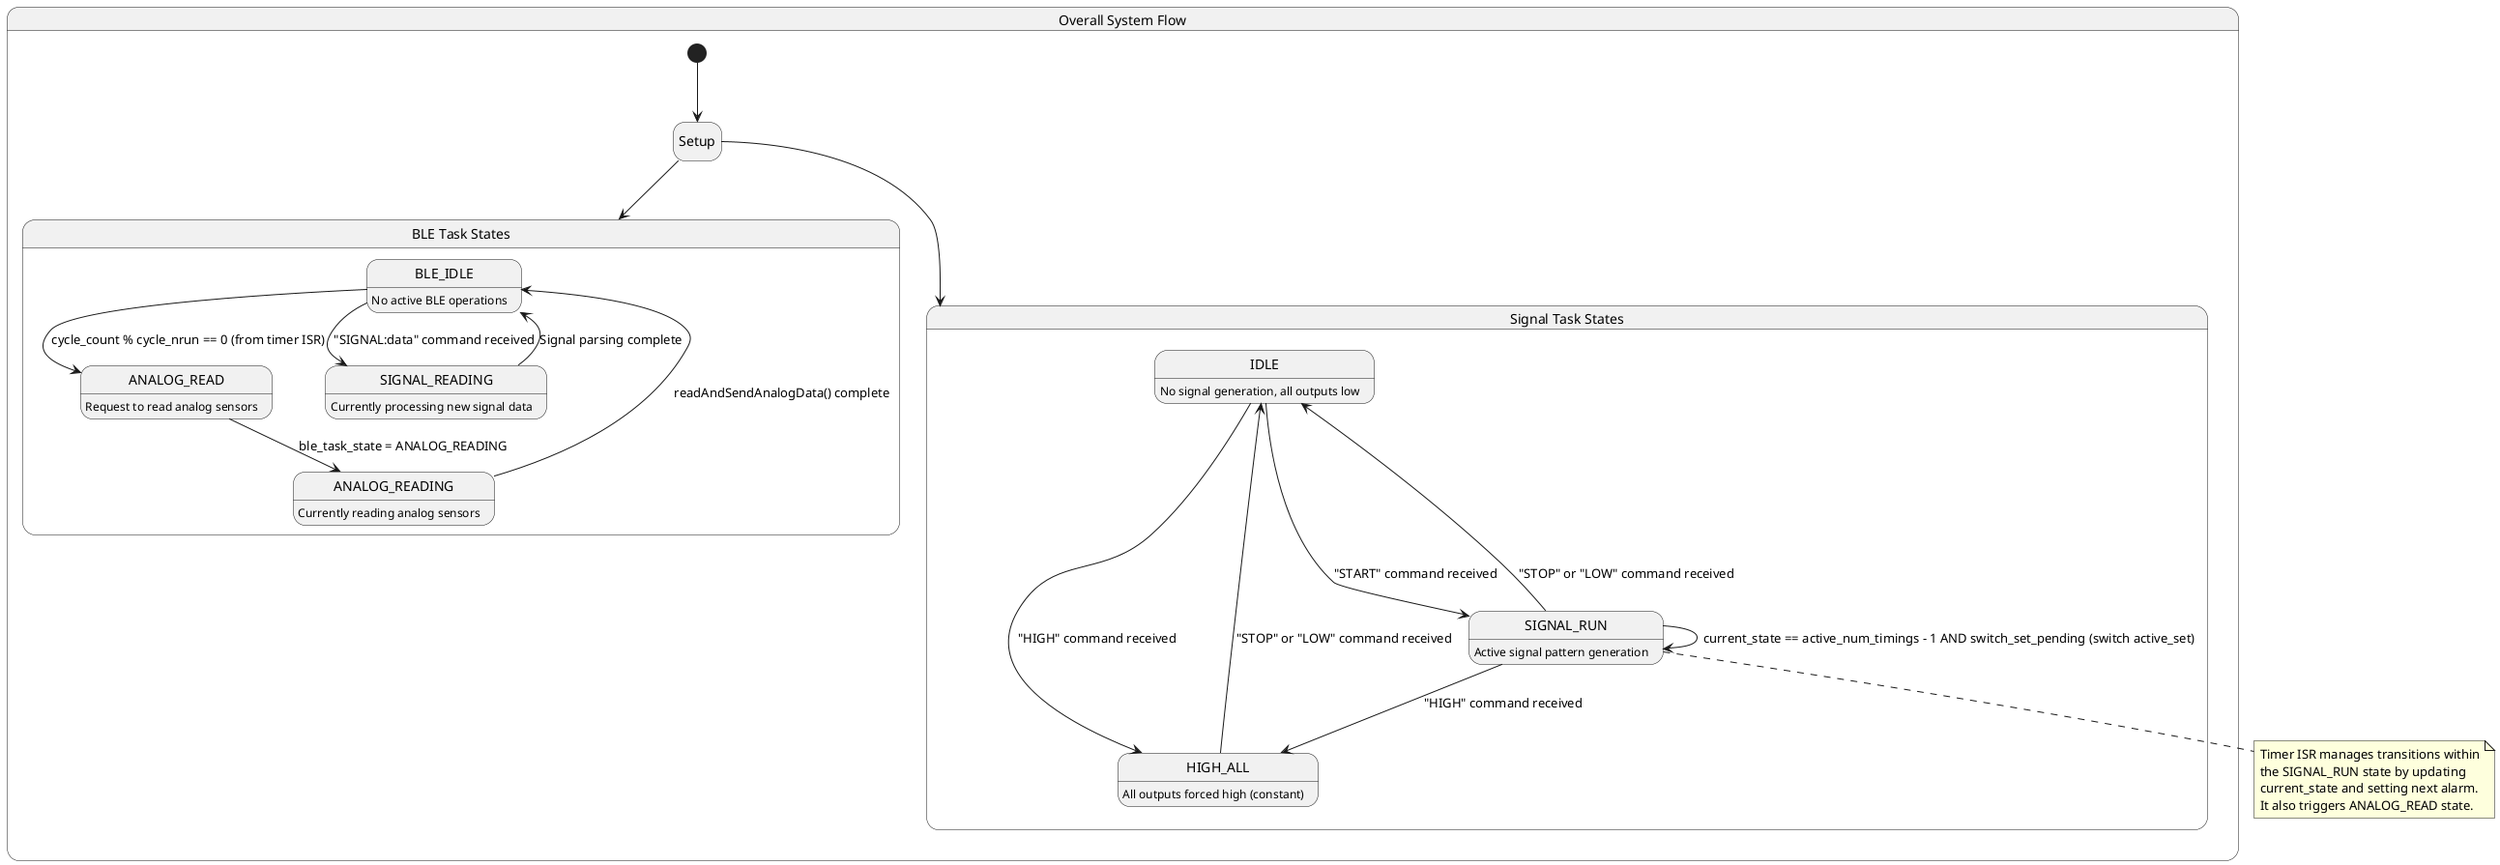
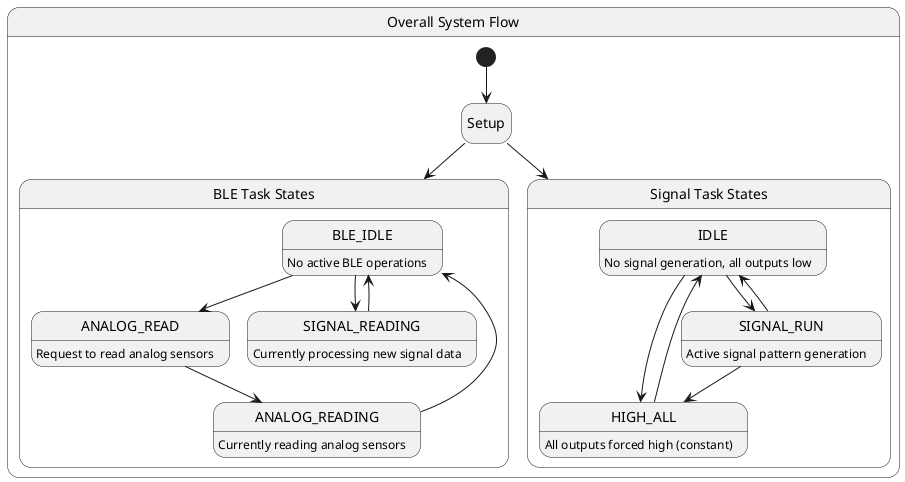
@startuml
hide empty description
state "Overall System Flow" as Overall_Flow {
    [*] --> Setup
    Setup --> BLE_States
    Setup --> Signal_States
}

state "BLE Task States" as BLE_States {
    state BLE_IDLE
    state ANALOG_READ
    state ANALOG_READING
    state SIGNAL_READING

    BLE_IDLE : No active BLE operations
    ANALOG_READ : Request to read analog sensors
    ANALOG_READING : Currently reading analog sensors
    SIGNAL_READING : Currently processing new signal data

-     BLE_IDLE --> ANALOG_READ : cycle_count % cycle_nrun == 0 (from timer ISR)
-     ANALOG_READ --> ANALOG_READING : ble_task_state = ANALOG_READING
-     ANALOG_READING --> BLE_IDLE : readAndSendAnalogData() complete
-     BLE_IDLE --> SIGNAL_READING : "SIGNAL:data" command received
-     SIGNAL_READING --> BLE_IDLE : Signal parsing complete
+     BLE_IDLE --> ANALOG_READ
+     ANALOG_READ --> ANALOG_READING
+     ANALOG_READING --> BLE_IDLE
+     BLE_IDLE --> SIGNAL_READING
+     SIGNAL_READING --> BLE_IDLE
}

state "Signal Task States" as Signal_States {
    state IDLE
    state HIGH_ALL
    state SIGNAL_RUN

    IDLE : No signal generation, all outputs low
    HIGH_ALL : All outputs forced high (constant)
    SIGNAL_RUN : Active signal pattern generation

-     IDLE --> SIGNAL_RUN : "START" command received
-     IDLE --> HIGH_ALL : "HIGH" command received
-     HIGH_ALL --> IDLE : "STOP" or "LOW" command received
-     SIGNAL_RUN --> IDLE : "STOP" or "LOW" command received
-     SIGNAL_RUN --> HIGH_ALL : "HIGH" command received
- 
-     SIGNAL_RUN --> SIGNAL_RUN : current_state == active_num_timings - 1 AND switch_set_pending (switch active_set)
+     IDLE --> SIGNAL_RUN
+     IDLE --> HIGH_ALL
+     HIGH_ALL --> IDLE
+     SIGNAL_RUN --> IDLE
+     SIGNAL_RUN --> HIGH_ALL
}

- note bottom of SIGNAL_RUN
-     Timer ISR manages transitions within
-     the SIGNAL_RUN state by updating
-     current_state and setting next alarm.
-     It also triggers ANALOG_READ state.
- end note
+ ' note bottom of SIGNAL_RUN
+ '     Timer ISR manages transitions within
+ '     the SIGNAL_RUN state by updating
+ '     current_state and setting next alarm.
+ '     It also triggers ANALOG_READ state.
+ ' end note

@enduml